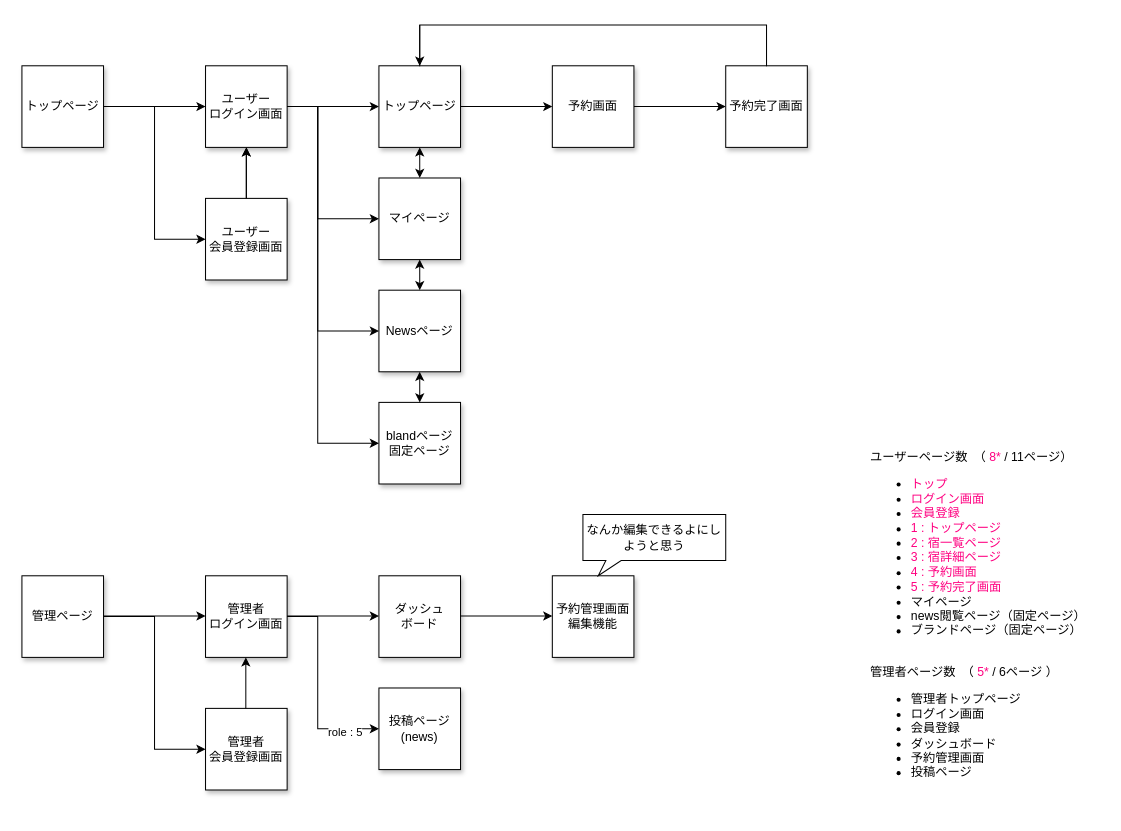
yasukawa123/institution_search keeps this draw.io diagram as page "画面遷移図" (2 of 2) of PlanFolder/施設予約サイトER図.drawio. Above is the earlier version. Source tidied: cells renumbered, new cells numbered last; positions are measured from the earlier drawing's top-left corner, leaving out a move shared by most shapes. Both pictures are drawn from the tidied source at 102%, with x=0, y=0 at pixel (21, 24).
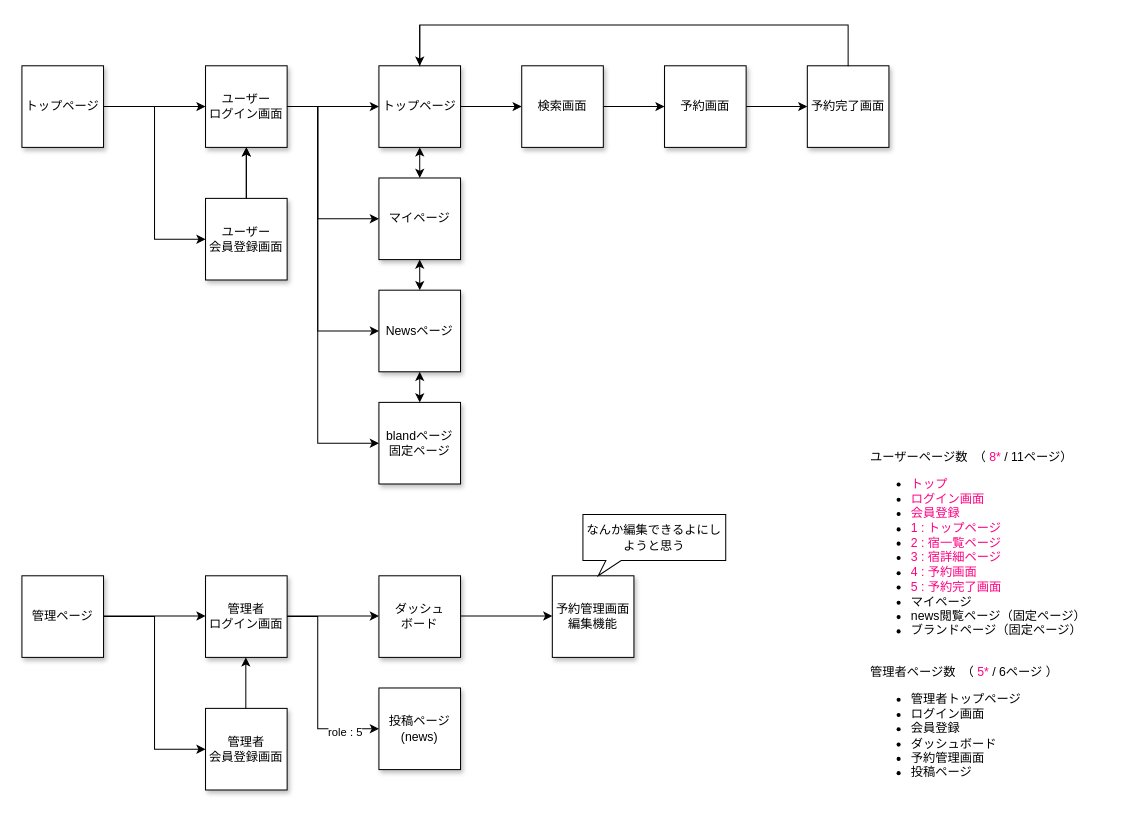
The same diagram, later.

The change refers to these unchanged cells:
```xml
<mxCell id="6" value="トップページ" style="whiteSpace=wrap;html=1;shadow=1;" parent="1" vertex="1">
  <mxGeometry x="350" y="40" width="80" height="80" as="geometry" />
</mxCell>
```

Change to the diagram source:
```diff
@@
     <mxCell id="11" value="予約画面" style="whiteSpace=wrap;html=1;shadow=1;" parent="1" vertex="1">
-      <mxGeometry x="520" y="40" width="80" height="80" as="geometry" />
+      <mxGeometry x="630" y="40" width="80" height="80" as="geometry" />
     </mxCell>
@@
     <mxCell id="13" value="予約完了画面" style="whiteSpace=wrap;html=1;shadow=1;" parent="1" vertex="1">
-      <mxGeometry x="690" y="40" width="80" height="80" as="geometry" />
+      <mxGeometry x="770" y="40" width="80" height="80" as="geometry" />
     </mxCell>
     <mxCell id="14" style="shape=partialRectangle;whiteSpace=wrap;html=1;bottom=1;right=1;left=1;top=0;fillColor=none;routingCenterX=-0.5;direction=west;" parent="1" vertex="1">
-      <mxGeometry x="390" width="340" height="40" as="geometry" />
+      <mxGeometry x="390" width="420" height="40" as="geometry" />
     </mxCell>
@@
-    <mxCell id="17" style="endArrow=classic;html=1;rounded=0;exitX=1;exitY=0.5;exitDx=0;exitDy=0;entryX=0;entryY=0.5;entryDx=0;entryDy=0;" parent="1" edge="1" source="6" target="11">
-      <mxGeometry relative="1" as="geometry" />
+    <mxCell id="17" style="endArrow=classic;html=1;rounded=0;exitX=1;exitY=0.5;exitDx=0;exitDy=0;" parent="1" edge="1" source="6">
+      <mxGeometry relative="1" as="geometry">
+        <mxPoint x="490" y="80" as="targetPoint" />
+      </mxGeometry>
     </mxCell>
@@
+    <mxCell id="41" value="検索画面" style="whiteSpace=wrap;html=1;shadow=1;" parent="1" vertex="1">
+      <mxGeometry x="490" y="40" width="80" height="80" as="geometry" />
+    </mxCell>
+    <mxCell id="42" style="edgeStyle=orthogonalEdgeStyle;rounded=0;jettySize=auto;html=1;exitX=1;exitY=0.5;exitDx=0;exitDy=0;entryX=0;entryY=0.5;entryDx=0;entryDy=0;" parent="1" edge="1" source="41" target="11">
+      <mxGeometry relative="1" as="geometry" />
+    </mxCell>
```
